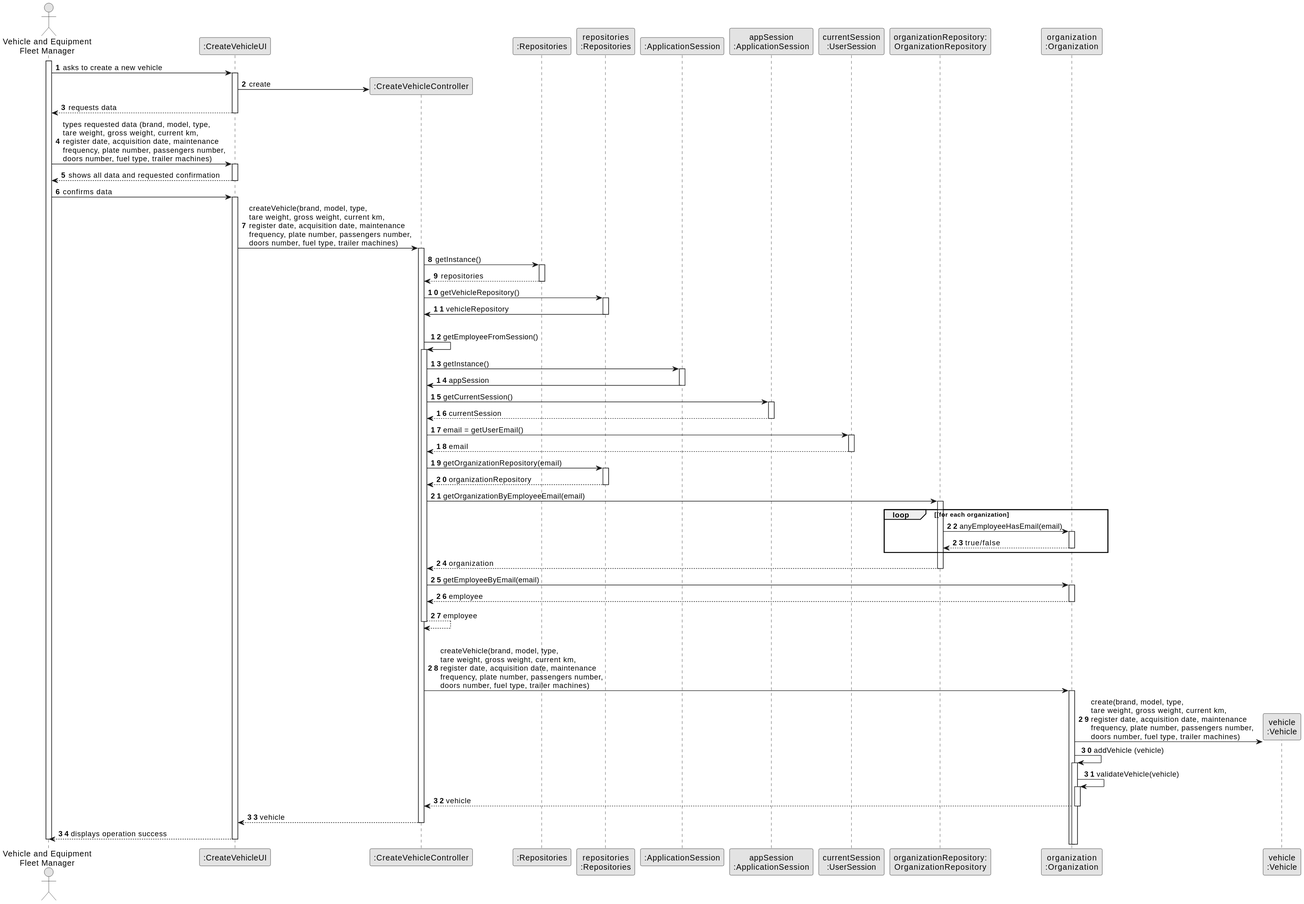
Before: docs/sprintB/us06/03.design/svg/us06-sequence-diagram-full.svg, a diagram exported from PlantUML (Paulo-Pereira-at-ISEP/lei-24-s2-1nanb-g321). The source it was exported from:
```plantuml
@startuml
skinparam monochrome true
skinparam packageStyle rectangle
skinparam shadowing false

autonumber

actor "Vehicle and Equipment\nFleet Manager" as VFM
participant ":CreateVehicleUI" as UI
participant ":CreateVehicleController" as CTRL
participant ":Repositories" as RepositorySingleton
participant "repositories\n:Repositories" as PLAT
participant ":ApplicationSession" as _APP
participant "appSession\n:ApplicationSession" as APP
participant "currentSession\n:UserSession" as SESSAO
participant "organizationRepository:\nOrganizationRepository" as OrganizationRepository
participant "organization\n:Organization" as ORG
participant "vehicle\n:Vehicle" as VCLE

activate VFM

        VFM -> UI : asks to create a new vehicle

        activate UI

            UI -> CTRL** : create

        UI --> VFM : requests data
    deactivate UI

    VFM -> UI : types requested data (brand, model, type, \ntare weight, gross weight, current km,\nregister date, acquisition date, maintenance \nfrequency, plate number, passengers number,\ndoors number, fuel type, trailer machines)
    activate UI

        UI --> VFM : shows all data and requested confirmation
    deactivate UI

    VFM -> UI : confirms data
    activate UI

        UI -> CTRL : createVehicle(brand, model, type, \ntare weight, gross weight, current km,\nregister date, acquisition date, maintenance \nfrequency, plate number, passengers number,\ndoors number, fuel type, trailer machines)
        activate CTRL

                CTRL -> RepositorySingleton : getInstance()
                activate RepositorySingleton

                    RepositorySingleton --> CTRL: repositories
                deactivate RepositorySingleton

                CTRL -> PLAT : getVehicleRepository()
                activate PLAT

                    PLAT -> CTRL : vehicleRepository
                deactivate PLAT

            |||
            CTRL -> CTRL : getEmployeeFromSession()
            activate CTRL

                CTRL -> _APP: getInstance()
                activate _APP
                    _APP -> CTRL: appSession
                deactivate _APP


                CTRL -> APP: getCurrentSession()
                activate APP

                    APP --> CTRL: currentSession
                deactivate APP

                CTRL -> SESSAO: email = getUserEmail()
                activate SESSAO

                    SESSAO --> CTRL: email
                deactivate SESSAO


                CTRL -> PLAT: getOrganizationRepository(email)
                activate PLAT

                    PLAT --> CTRL: organizationRepository
                deactivate PLAT


                CTRL -> OrganizationRepository: getOrganizationByEmployeeEmail(email)
                activate OrganizationRepository

                    loop [for each organization
                        OrganizationRepository -> ORG : anyEmployeeHasEmail(email)
                        activate ORG

                             ORG --> OrganizationRepository : true/false
                        deactivate ORG
                    end
                    OrganizationRepository --> CTRL : organization
                deactivate OrganizationRepository

                CTRL -> ORG: getEmployeeByEmail(email)
                activate ORG

                    ORG --> CTRL : employee
                deactivate ORG

                CTRL --> CTRL : employee
            deactivate CTRL

            |||
            CTRL -> ORG: createVehicle(brand, model, type, \ntare weight, gross weight, current km,\nregister date, acquisition date, maintenance \nfrequency, plate number, passengers number,\ndoors number, fuel type, trailer machines)
            activate ORG

                ORG -> VCLE**: create(brand, model, type, \ntare weight, gross weight, current km,\nregister date, acquisition date, maintenance \nfrequency, plate number, passengers number,\ndoors number, fuel type, trailer machines)
                ORG -> ORG: addVehicle (vehicle)


                activate ORG
                    ORG -> ORG: validateVehicle(vehicle)
                    activate ORG

                ORG --> CTRL : vehicle

            deactivate ORG

            CTRL --> UI: vehicle
            deactivate CTRL
            UI --> VFM: displays operation success
    deactivate UI

deactivate VFM
@enduml
```
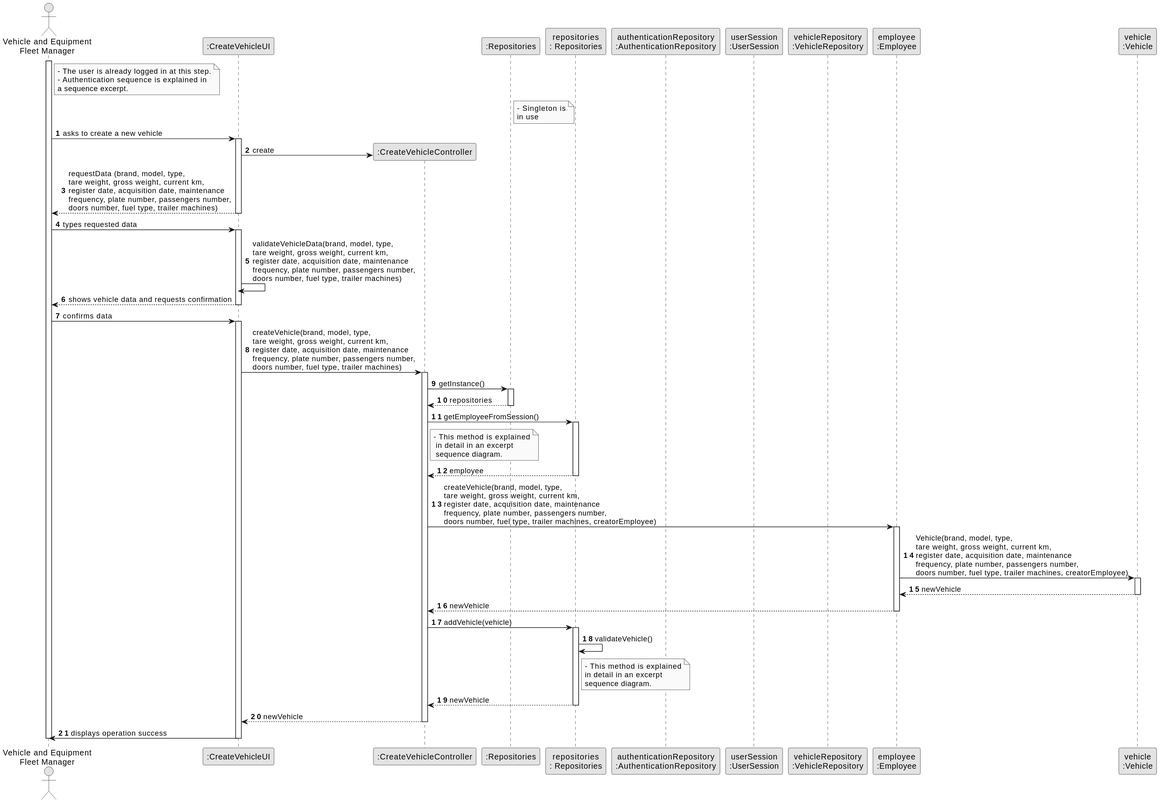
After the commit.

The edit, as a diff of the source:
```diff
@@ -5,124 +5,123 @@
 
 autonumber
 
+
 actor "Vehicle and Equipment\nFleet Manager" as VFM
 participant ":CreateVehicleUI" as UI
 participant ":CreateVehicleController" as CTRL
-participant ":Repositories" as RepositorySingleton
-participant "repositories\n:Repositories" as PLAT
-participant ":ApplicationSession" as _APP
-participant "appSession\n:ApplicationSession" as APP
-participant "currentSession\n:UserSession" as SESSAO
-participant "organizationRepository:\nOrganizationRepository" as OrganizationRepository
-participant "organization\n:Organization" as ORG
-participant "vehicle\n:Vehicle" as VCLE
+participant ":Repositories" as ORG_SINGLETON
+participant "repositories\n: Repositories" as ORG_INSTANCE
+participant "authenticationRepository\n:AuthenticationRepository" as AUTH_REPO
+participant "userSession\n:UserSession" as USR_SESSION
+participant "vehicleRepository\n:VehicleRepository" as VEHICLE_REPO_INSTANCE
+participant "employee\n:Employee" as MNGR
+participant "vehicle\n:Vehicle" as VEHICLE
+
+
+note right of VFM
+    - The user is already logged in at this step.
+    - Authentication sequence is explained in
+    a sequence excerpt.
+end note
+
+note right of ORG_SINGLETON
+    - Singleton is
+    in use
+end note
+
 
 activate VFM
 
         VFM -> UI : asks to create a new vehicle
 
         activate UI
-
             UI -> CTRL** : create
 
-        UI --> VFM : requests data
-    deactivate UI
+            UI --> VFM : requestData (brand, model, type, \ntare weight, gross weight, current km,\nregister date, acquisition date, maintenance \nfrequency, plate number, passengers number,\ndoors number, fuel type, trailer machines)
 
-    VFM -> UI : types requested data (brand, model, type, \ntare weight, gross weight, current km,\nregister date, acquisition date, maintenance \nfrequency, plate number, passengers number,\ndoors number, fuel type, trailer machines)
-    activate UI
+        deactivate UI
 
-        UI --> VFM : shows all data and requested confirmation
-    deactivate UI
+        VFM -> UI : types requested data
 
-    VFM -> UI : confirms data
-    activate UI
+        activate UI
 
-        UI -> CTRL : createVehicle(brand, model, type, \ntare weight, gross weight, current km,\nregister date, acquisition date, maintenance \nfrequency, plate number, passengers number,\ndoors number, fuel type, trailer machines)
-        activate CTRL
+            UI -> UI : validateVehicleData(brand, model, type, \ntare weight, gross weight, current km,\nregister date, acquisition date, maintenance \nfrequency, plate number, passengers number,\ndoors number, fuel type, trailer machines)
 
-                CTRL -> RepositorySingleton : getInstance()
-                activate RepositorySingleton
+            deactivate CTRL
 
-                    RepositorySingleton --> CTRL: repositories
-                deactivate RepositorySingleton
+            UI --> VFM : shows vehicle data and requests confirmation
 
-                CTRL -> PLAT : getVehicleRepository()
-                activate PLAT
+        deactivate UI
 
-                    PLAT -> CTRL : vehicleRepository
-                deactivate PLAT
+            VFM -> UI : confirms data
 
-            |||
-            CTRL -> CTRL : getEmployeeFromSession()
+        activate UI
+
+            UI -> CTRL : createVehicle(brand, model, type, \ntare weight, gross weight, current km,\nregister date, acquisition date, maintenance \nfrequency, plate number, passengers number,\ndoors number, fuel type, trailer machines)
+
             activate CTRL
 
-                CTRL -> _APP: getInstance()
-                activate _APP
-                    _APP -> CTRL: appSession
-                deactivate _APP
+                CTRL -> ORG_SINGLETON : getInstance()
+
+                activate ORG_SINGLETON
+
+                    ORG_SINGLETON --> CTRL : repositories
+
+                deactivate ORG_SINGLETON
+
+                CTRL -> ORG_INSTANCE : getEmployeeFromSession()
+
+                                note right of CTRL
+                                    - This method is explained
+                                     in detail in an excerpt
+                                     sequence diagram.
+                                end note
+
+                activate ORG_INSTANCE
+
+                ORG_INSTANCE --> CTRL : employee
+
+                deactivate ORG_INSTANCE
+
+                CTRL -> MNGR : createVehicle(brand, model, type, \ntare weight, gross weight, current km,\nregister date, acquisition date, maintenance \nfrequency, plate number, passengers number,\ndoors number, fuel type, trailer machines, creatorEmployee)
+
+                activate MNGR
+
+                MNGR -> VEHICLE : Vehicle(brand, model, type, \ntare weight, gross weight, current km,\nregister date, acquisition date, maintenance \nfrequency, plate number, passengers number,\ndoors number, fuel type, trailer machines, creatorEmployee)
+
+                activate VEHICLE
+
+                VEHICLE --> MNGR : newVehicle
+
+                deactivate VEHICLE
+
+                MNGR --> CTRL : newVehicle
+
+                deactivate MNGR
+
+                CTRL -> ORG_INSTANCE : addVehicle(vehicle)
+
+                activate ORG_INSTANCE
+
+                ORG_INSTANCE -> ORG_INSTANCE : validateVehicle()
+
+                    note right of ORG_INSTANCE
+                        - This method is explained
+                        in detail in an excerpt
+                        sequence diagram.
+                    end note
+
+                ORG_INSTANCE --> CTRL : newVehicle
+
+                deactivate ORG_INSTANCE
+
+            CTRL --> UI : newVehicle
 
 
-                CTRL -> APP: getCurrentSession()
-                activate APP
+        deactivate CTRL
 
-                    APP --> CTRL: currentSession
-                deactivate APP
+        UI -> VFM : displays operation success
 
-                CTRL -> SESSAO: email = getUserEmail()
-                activate SESSAO
-
-                    SESSAO --> CTRL: email
-                deactivate SESSAO
-
-
-                CTRL -> PLAT: getOrganizationRepository(email)
-                activate PLAT
-
-                    PLAT --> CTRL: organizationRepository
-                deactivate PLAT
-
-
-                CTRL -> OrganizationRepository: getOrganizationByEmployeeEmail(email)
-                activate OrganizationRepository
-
-                    loop [for each organization
-                        OrganizationRepository -> ORG : anyEmployeeHasEmail(email)
-                        activate ORG
-
-                             ORG --> OrganizationRepository : true/false
-                        deactivate ORG
-                    end
-                    OrganizationRepository --> CTRL : organization
-                deactivate OrganizationRepository
-
-                CTRL -> ORG: getEmployeeByEmail(email)
-                activate ORG
-
-                    ORG --> CTRL : employee
-                deactivate ORG
-
-                CTRL --> CTRL : employee
-            deactivate CTRL
-
-            |||
-            CTRL -> ORG: createVehicle(brand, model, type, \ntare weight, gross weight, current km,\nregister date, acquisition date, maintenance \nfrequency, plate number, passengers number,\ndoors number, fuel type, trailer machines)
-            activate ORG
-
-                ORG -> VCLE**: create(brand, model, type, \ntare weight, gross weight, current km,\nregister date, acquisition date, maintenance \nfrequency, plate number, passengers number,\ndoors number, fuel type, trailer machines)
-                ORG -> ORG: addVehicle (vehicle)
-
-
-                activate ORG
-                    ORG -> ORG: validateVehicle(vehicle)
-                    activate ORG
-
-                ORG --> CTRL : vehicle
-
-            deactivate ORG
-
-            CTRL --> UI: vehicle
-            deactivate CTRL
-            UI --> VFM: displays operation success
     deactivate UI
 
 deactivate VFM
```
